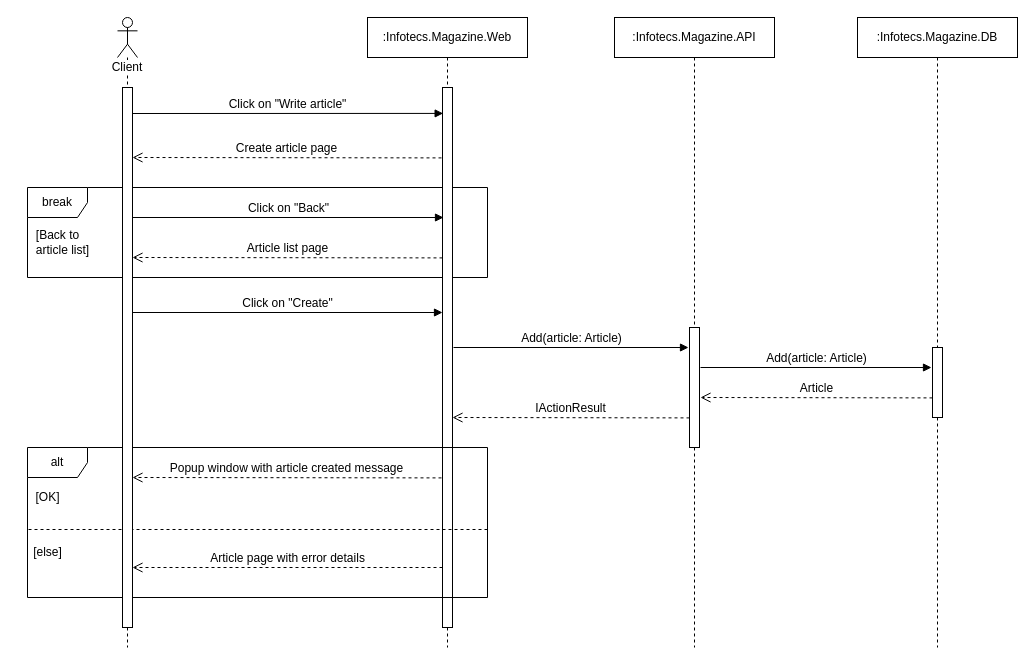
The draw.io diagram Artifacts/Sequence Diagram Create Article.drawio in HelenMakarchuk/Infotecs.Tasks, before the edit. Source tidied: cells renumbered, new cells numbered last; positions are measured from the earlier drawing's top-left corner, leaving out a move shared by most shapes. Both pictures are drawn from the tidied source at 100%, with x=0, y=0 at pixel (17, 17).
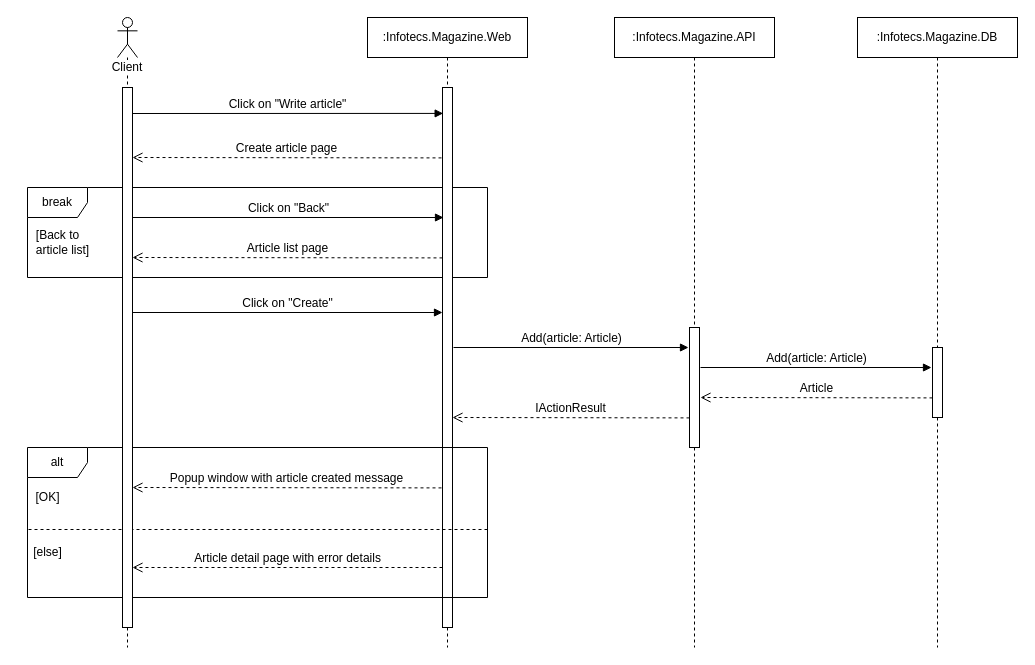
Above is the later version.

The edit, as a diff of the source:
```diff
@@
     <mxCell id="11" value="Popup window with article created message" style="html=1;verticalAlign=bottom;endArrow=open;dashed=1;endSize=8;exitX=0.073;exitY=0.158;exitDx=0;exitDy=0;exitPerimeter=0;entryX=1.103;entryY=0.157;entryDx=0;entryDy=0;entryPerimeter=0;fontSize=12;" parent="1" edge="1">
       <mxGeometry relative="1" as="geometry">
-        <mxPoint x="424" y="460.4" as="sourcePoint" />
-        <mxPoint x="115" y="460" as="targetPoint" />
+        <mxPoint x="424" y="470.4" as="sourcePoint" />
+        <mxPoint x="115" y="470" as="targetPoint" />
       </mxGeometry>
     </mxCell>
@@
-    <mxCell id="16" value="Article page with error details" style="html=1;verticalAlign=bottom;endArrow=open;dashed=1;endSize=8;exitX=0.073;exitY=0.158;exitDx=0;exitDy=0;exitPerimeter=0;entryX=1.103;entryY=0.157;entryDx=0;entryDy=0;entryPerimeter=0;fontSize=12;" parent="1" edge="1">
+    <mxCell id="16" value="Article detail page with error details" style="html=1;verticalAlign=bottom;endArrow=open;dashed=1;endSize=8;exitX=0.073;exitY=0.158;exitDx=0;exitDy=0;exitPerimeter=0;entryX=1.103;entryY=0.157;entryDx=0;entryDy=0;entryPerimeter=0;fontSize=12;" parent="1" edge="1">
       <mxGeometry relative="1" as="geometry">
         <mxPoint x="425" y="550" as="sourcePoint" />
         <mxPoint x="115" y="550" as="targetPoint" />
       </mxGeometry>
     </mxCell>
```
